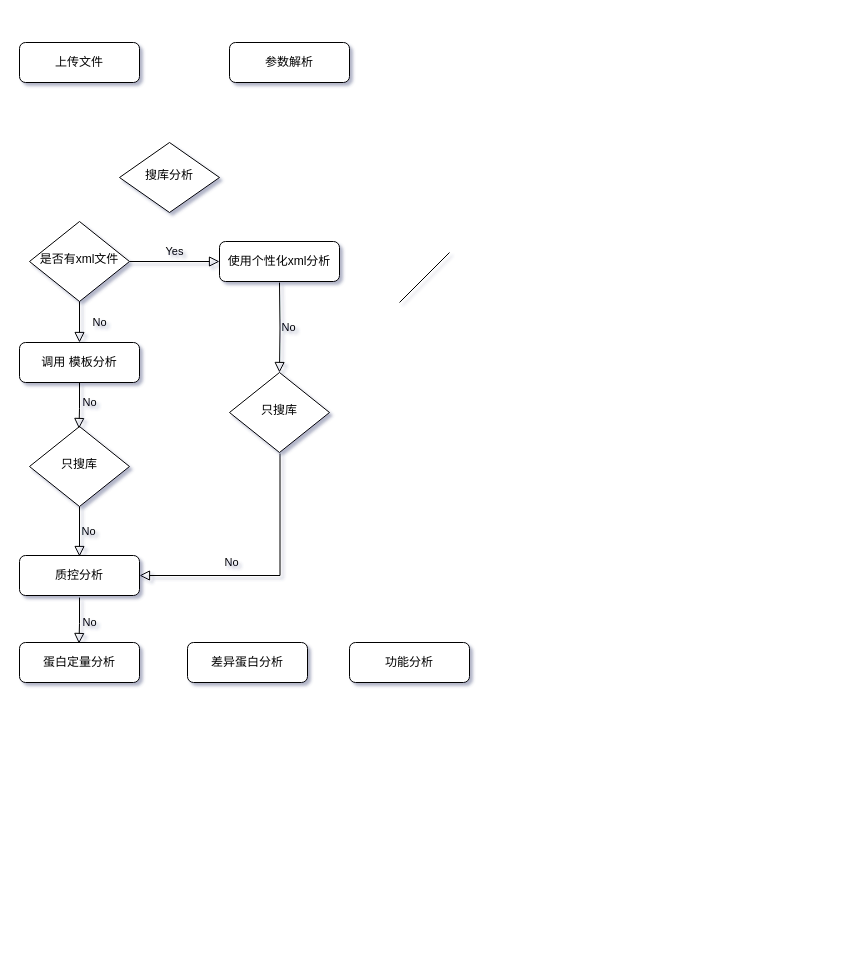
The draw.io diagram 未命名绘图.drawio in hanwenjuan/test, before the edit. Source tidied: cells renumbered, new cells numbered last; positions are measured from the earlier drawing's top-left corner, leaving out a move shared by most shapes. Both pictures are drawn from the tidied source at 100%, with x=0, y=0 at pixel (19, 42).
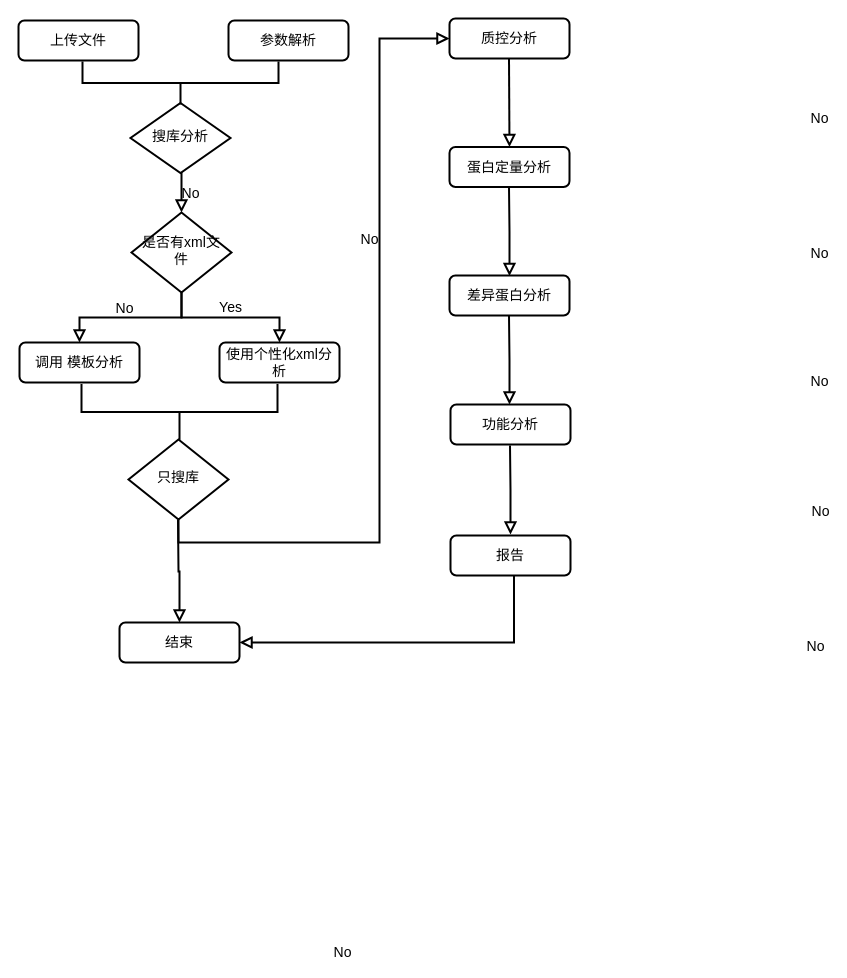
The same diagram, later.

Commit message:
更新未命名绘图.drawio

The edit, as a diff of the source:
```diff
@@
-<mxGraphModel background="#ffffff" shadow="1">
+<mxGraphModel background="#ffffff">
@@
-    <mxCell id="2" value="参数解析" style="rounded=1;whiteSpace=wrap;html=1;fontSize=12;glass=0;strokeWidth=1;shadow=0;" parent="1" vertex="1">
-      <mxGeometry x="210" width="120" height="40" as="geometry" />
+    <mxCell id="2" value="参数解析" style="rounded=1;whiteSpace=wrap;html=1;fontSize=14;glass=0;strokeWidth=2;shadow=0;" parent="1" vertex="1">
+      <mxGeometry x="209" y="-22" width="120" height="40" as="geometry" />
     </mxCell>
-    <mxCell id="3" value="搜库分析" style="rhombus;whiteSpace=wrap;html=1;shadow=0;fontFamily=Helvetica;fontSize=12;align=center;strokeWidth=1;spacing=6;spacingTop=-4;" parent="1" vertex="1">
-      <mxGeometry x="100" y="100" width="100" height="70" as="geometry" />
+    <mxCell id="3" value="搜库分析" style="rhombus;whiteSpace=wrap;html=1;shadow=0;fontFamily=Helvetica;fontSize=14;align=center;strokeWidth=2;spacing=6;spacingTop=-4;" parent="1" vertex="1">
+      <mxGeometry x="111" y="60.5" width="100" height="70" as="geometry" />
     </mxCell>
-    <mxCell id="4" value="No" style="rounded=0;html=1;jettySize=auto;fontSize=11;endArrow=block;endFill=0;endSize=8;strokeWidth=1;shadow=0;labelBackgroundColor=none;edgeStyle=orthogonalEdgeStyle;" parent="1" edge="1" source="6" target="7">
-      <mxGeometry x="0.02" y="20" relative="1" as="geometry" />
+    <mxCell id="4" value="No" style="rounded=0;html=1;jettySize=auto;fontSize=14;endArrow=block;endFill=0;endSize=8;strokeWidth=2;shadow=0;labelBackgroundColor=none;edgeStyle=orthogonalEdgeStyle;" parent="1" edge="1" source="6" target="7">
+      <mxGeometry x="0.09" y="-9" relative="1" as="geometry">
+        <mxPoint x="1" as="offset" />
+      </mxGeometry>
     </mxCell>
-    <mxCell id="5" value="Yes" style="edgeStyle=orthogonalEdgeStyle;rounded=0;html=1;jettySize=auto;fontSize=11;endArrow=block;endFill=0;endSize=8;strokeWidth=1;shadow=0;labelBackgroundColor=none;" parent="1" edge="1" source="6" target="8">
+    <mxCell id="5" value="Yes" style="edgeStyle=orthogonalEdgeStyle;rounded=0;html=1;jettySize=auto;fontSize=14;endArrow=block;endFill=0;endSize=8;strokeWidth=2;shadow=0;labelBackgroundColor=none;" parent="1" edge="1" source="6" target="8">
       <mxGeometry y="10" relative="1" as="geometry" />
     </mxCell>
-    <mxCell id="6" value="是否有xml文件" style="rhombus;whiteSpace=wrap;html=1;shadow=0;fontFamily=Helvetica;fontSize=12;align=center;strokeWidth=1;spacing=6;spacingTop=-4;" parent="1" vertex="1">
-      <mxGeometry x="10" y="179" width="100" height="80" as="geometry" />
+    <mxCell id="6" value="是否有xml文件" style="rhombus;whiteSpace=wrap;html=1;shadow=0;fontFamily=Helvetica;fontSize=14;align=center;strokeWidth=2;spacing=6;spacingTop=-4;" parent="1" vertex="1">
+      <mxGeometry x="112" y="170" width="100" height="80" as="geometry" />
     </mxCell>
-    <mxCell id="7" value="调用 模板分析" style="rounded=1;whiteSpace=wrap;html=1;fontSize=12;glass=0;strokeWidth=1;shadow=0;" parent="1" vertex="1">
+    <mxCell id="7" value="调用 模板分析" style="rounded=1;whiteSpace=wrap;html=1;fontSize=14;glass=0;strokeWidth=2;shadow=0;" parent="1" vertex="1">
       <mxGeometry y="300" width="120" height="40" as="geometry" />
     </mxCell>
-    <mxCell id="8" value="使用个性化xml分析" style="rounded=1;whiteSpace=wrap;html=1;fontSize=12;glass=0;strokeWidth=1;shadow=0;" parent="1" vertex="1">
-      <mxGeometry x="200" y="199" width="120" height="40" as="geometry" />
+    <mxCell id="8" value="使用个性化xml分析" style="rounded=1;whiteSpace=wrap;html=1;fontSize=14;glass=0;strokeWidth=2;shadow=0;" parent="1" vertex="1">
+      <mxGeometry x="200" y="300" width="120" height="40" as="geometry" />
     </mxCell>
-    <mxCell id="9" value="只搜库" style="rhombus;whiteSpace=wrap;html=1;shadow=0;fontFamily=Helvetica;fontSize=12;align=center;strokeWidth=1;spacing=6;spacingTop=-4;" parent="1" vertex="1">
-      <mxGeometry x="10" y="384" width="100" height="80" as="geometry" />
+    <mxCell id="9" value="只搜库" style="rhombus;whiteSpace=wrap;html=1;shadow=0;fontFamily=Helvetica;fontSize=14;align=center;strokeWidth=2;spacing=6;spacingTop=-4;" parent="1" vertex="1">
+      <mxGeometry x="109" y="397" width="100" height="80" as="geometry" />
     </mxCell>
-    <mxCell id="10" value="只搜库" style="rhombus;whiteSpace=wrap;html=1;shadow=0;fontFamily=Helvetica;fontSize=12;align=center;strokeWidth=1;spacing=6;spacingTop=-4;" parent="1" vertex="1">
-      <mxGeometry x="210" y="330" width="100" height="80" as="geometry" />
-    </mxCell>
-    <mxCell id="11" value="No" style="rounded=0;html=1;jettySize=auto;orthogonalLoop=1;fontSize=11;endArrow=block;endFill=0;endSize=8;strokeWidth=1;shadow=0;labelBackgroundColor=none;edgeStyle=orthogonalEdgeStyle;" parent="1" edge="1">
-      <mxGeometry x="-0.13" y="10" relative="1" as="geometry">
-        <mxPoint x="60" y="340" as="sourcePoint" />
-        <mxPoint x="59.5" y="386" as="targetPoint" />
-        <Array as="points">
-          <mxPoint x="60" y="366" />
-          <mxPoint x="60" y="366" />
-        </Array>
-      </mxGeometry>
-    </mxCell>
-    <mxCell id="12" value="质控分析" style="rounded=1;whiteSpace=wrap;html=1;fontSize=12;glass=0;strokeWidth=1;shadow=0;" parent="1" vertex="1">
-      <mxGeometry y="513" width="120" height="40" as="geometry" />
+    <mxCell id="12" value="质控分析" style="rounded=1;whiteSpace=wrap;html=1;fontSize=14;glass=0;strokeWidth=2;shadow=0;" parent="1" vertex="1">
+      <mxGeometry x="430" y="-24" width="120" height="40" as="geometry" />
     </mxCell>
-    <mxCell id="13" value="蛋白定量分析" style="rounded=1;whiteSpace=wrap;html=1;glass=0;strokeWidth=1;shadow=0;flipV=1;" parent="1" vertex="1">
-      <mxGeometry y="600" width="120" height="40" as="geometry" />
+    <mxCell id="13" value="蛋白定量分析" style="rounded=1;whiteSpace=wrap;html=1;glass=0;strokeWidth=2;shadow=0;flipV=1;fontSize=14;" parent="1" vertex="1">
+      <mxGeometry x="430" y="104.5" width="120" height="40" as="geometry" />
     </mxCell>
-    <mxCell id="14" value="差异蛋白分析" style="rounded=1;whiteSpace=wrap;html=1;glass=0;strokeWidth=1;shadow=0;flipV=1;" parent="1" vertex="1">
-      <mxGeometry x="168" y="600" width="120" height="40" as="geometry" />
+    <mxCell id="14" value="差异蛋白分析" style="rounded=1;whiteSpace=wrap;html=1;glass=0;strokeWidth=2;shadow=0;flipV=1;fontSize=14;" parent="1" vertex="1">
+      <mxGeometry x="430" y="233" width="120" height="40" as="geometry" />
     </mxCell>
-    <mxCell id="15" value="功能分析" style="rounded=1;whiteSpace=wrap;html=1;glass=0;strokeWidth=1;shadow=0;flipV=1;" parent="1" vertex="1">
-      <mxGeometry x="330" y="600" width="120" height="40" as="geometry" />
+    <mxCell id="15" value="功能分析" style="rounded=1;whiteSpace=wrap;html=1;glass=0;strokeWidth=2;shadow=0;flipV=1;fontSize=14;" parent="1" vertex="1">
+      <mxGeometry x="431" y="362" width="120" height="40" as="geometry" />
     </mxCell>
-    <mxCell id="16" value="No" style="rounded=0;html=1;jettySize=auto;orthogonalLoop=1;fontSize=11;endArrow=block;endFill=0;endSize=8;strokeWidth=1;shadow=0;labelBackgroundColor=none;edgeStyle=orthogonalEdgeStyle;exitX=0.5;exitY=0.95;exitDx=0;exitDy=0;exitPerimeter=0;" parent="1" edge="1">
-      <mxGeometry y="9" relative="1" as="geometry">
-        <mxPoint x="60" y="464" as="sourcePoint" />
-        <mxPoint x="60" y="514" as="targetPoint" />
+    <mxCell id="16" value="No" style="rounded=0;html=1;jettySize=auto;fontSize=14;endArrow=block;endFill=0;endSize=8;strokeWidth=2;shadow=0;labelBackgroundColor=none;edgeStyle=orthogonalEdgeStyle;exitX=0.5;exitY=1;exitDx=0;exitDy=0;" parent="1" edge="1" source="3">
+      <mxGeometry x="0.03" y="9" relative="1" as="geometry">
+        <mxPoint x="162" y="170" as="targetPoint" />
       </mxGeometry>
     </mxCell>
-    <mxCell id="17" value="No" style="rounded=0;html=1;jettySize=auto;fontSize=11;endArrow=block;endFill=0;endSize=8;strokeWidth=1;shadow=0;labelBackgroundColor=none;edgeStyle=orthogonalEdgeStyle;entryX=1;entryY=0.5;entryDx=0;entryDy=0;" parent="1" edge="1" target="12">
-      <mxGeometry x="0.31" y="-13" relative="1" as="geometry">
-        <mxPoint x="260.5" y="411" as="sourcePoint" />
-        <Array as="points">
-          <mxPoint x="261" y="533" />
-        </Array>
-        <mxPoint x="1" as="offset" />
-      </mxGeometry>
-    </mxCell>
-    <mxCell id="18" value="No" style="rounded=0;html=1;jettySize=auto;fontSize=11;endArrow=block;endFill=0;endSize=8;strokeWidth=1;shadow=0;labelBackgroundColor=none;edgeStyle=orthogonalEdgeStyle;entryX=0.5;entryY=0;entryDx=0;entryDy=0;" parent="1" edge="1" target="10">
-      <mxGeometry y="9" relative="1" as="geometry">
-        <mxPoint x="260" y="240" as="sourcePoint" />
-      </mxGeometry>
-    </mxCell>
-    <mxCell id="19" value="上传文件" style="rounded=1;whiteSpace=wrap;html=1;fontSize=12;glass=0;strokeWidth=1;shadow=0;" parent="1" vertex="1">
-      <mxGeometry width="120" height="40" as="geometry" />
+    <mxCell id="19" value="上传文件" style="rounded=1;whiteSpace=wrap;html=1;fontSize=14;glass=0;strokeWidth=2;shadow=0;" parent="1" vertex="1">
+      <mxGeometry x="-1" y="-22" width="120" height="40" as="geometry" />
     </mxCell>
-    <mxCell id="20" value="No" style="rounded=0;html=1;jettySize=auto;orthogonalLoop=1;fontSize=11;endArrow=block;endFill=0;endSize=8;strokeWidth=1;shadow=0;labelBackgroundColor=none;edgeStyle=orthogonalEdgeStyle;" parent="1" edge="1">
-      <mxGeometry x="0.09" y="10" relative="1" as="geometry">
-        <mxPoint x="60" y="555" as="sourcePoint" />
-        <mxPoint x="59.5" y="601" as="targetPoint" />
-        <Array as="points">
-          <mxPoint x="60" y="581" />
-          <mxPoint x="60" y="581" />
-        </Array>
-      </mxGeometry>
-    </mxCell>
-    <mxCell id="21" style="endArrow=none;html=1;rounded=0;" parent="1" edge="1">
-      <mxGeometry relative="1" as="geometry">
-        <mxPoint x="380" y="260" as="sourcePoint" />
-        <mxPoint x="430" y="210" as="targetPoint" />
-      </mxGeometry>
-    </mxCell>
+    <mxCell id="22" style="strokeWidth=2;html=1;shape=mxgraph.flowchart.annotation_2;align=left;labelPosition=right;flipV=1;flipH=1;rotation=90;fontSize=14;" parent="1" vertex="1">
+      <mxGeometry x="139.5" y="-57.5" width="43" height="196" as="geometry" />
+    </mxCell>
+    <mxCell id="23" style="strokeWidth=2;html=1;shape=mxgraph.flowchart.annotation_2;align=left;labelPosition=right;flipV=1;flipH=1;rotation=90;fontSize=14;" parent="1" vertex="1">
+      <mxGeometry x="132.1" y="271.4" width="55.8" height="196" as="geometry" />
+    </mxCell>
+    <mxCell id="24" value="No" style="rounded=0;html=1;jettySize=auto;fontSize=14;endArrow=block;endFill=0;endSize=8;strokeWidth=2;shadow=0;labelBackgroundColor=none;edgeStyle=orthogonalEdgeStyle;entryX=0;entryY=0.5;entryDx=0;entryDy=0;" parent="1" edge="1" target="12">
+      <mxGeometry x="0.32" y="10" relative="1" as="geometry">
+        <mxPoint x="159" y="477" as="sourcePoint" />
+        <Array as="points">
+          <mxPoint x="159" y="500" />
+          <mxPoint x="360" y="500" />
+          <mxPoint x="360" y="-4" />
+        </Array>
+      </mxGeometry>
+    </mxCell>
+    <mxCell id="25" value="No" style="rounded=0;html=1;jettySize=auto;fontSize=14;endArrow=block;endFill=0;endSize=8;strokeWidth=2;shadow=0;labelBackgroundColor=none;edgeStyle=orthogonalEdgeStyle;exitX=0.5;exitY=1;exitDx=0;exitDy=0;entryX=0.5;entryY=0;entryDx=0;entryDy=0;" parent="1" edge="1" target="13">
+      <mxGeometry x="0.4" y="310" relative="1" as="geometry">
+        <mxPoint x="489.5" y="16" as="sourcePoint" />
+      </mxGeometry>
+    </mxCell>
+    <mxCell id="26" value="No" style="rounded=0;html=1;jettySize=auto;orthogonalLoop=1;fontSize=14;endArrow=block;endFill=0;endSize=8;strokeWidth=2;shadow=0;labelBackgroundColor=none;edgeStyle=orthogonalEdgeStyle;exitX=0.5;exitY=1;exitDx=0;exitDy=0;entryX=0.5;entryY=0;entryDx=0;entryDy=0;" parent="1" edge="1">
+      <mxGeometry x="0.4" y="310" relative="1" as="geometry">
+        <mxPoint x="489.5" y="144.5" as="sourcePoint" />
+        <mxPoint x="490" y="233.5" as="targetPoint" />
+      </mxGeometry>
+    </mxCell>
+    <mxCell id="27" value="No" style="rounded=0;html=1;jettySize=auto;orthogonalLoop=1;fontSize=14;endArrow=block;endFill=0;endSize=8;strokeWidth=2;shadow=0;labelBackgroundColor=none;edgeStyle=orthogonalEdgeStyle;exitX=0.5;exitY=1;exitDx=0;exitDy=0;entryX=0.5;entryY=0;entryDx=0;entryDy=0;" parent="1" edge="1">
+      <mxGeometry x="0.4" y="310" relative="1" as="geometry">
+        <mxPoint x="489.5" y="273" as="sourcePoint" />
+        <mxPoint x="490" y="362" as="targetPoint" />
+      </mxGeometry>
+    </mxCell>
+    <mxCell id="28" value="报告" style="rounded=1;whiteSpace=wrap;html=1;glass=0;strokeWidth=2;shadow=0;flipV=1;fontSize=14;" parent="1" vertex="1">
+      <mxGeometry x="431" y="493" width="120" height="40" as="geometry" />
+    </mxCell>
+    <mxCell id="29" value="No" style="rounded=0;html=1;jettySize=auto;fontSize=14;endArrow=block;endFill=0;endSize=8;strokeWidth=2;shadow=0;labelBackgroundColor=none;edgeStyle=orthogonalEdgeStyle;exitX=0.5;exitY=1;exitDx=0;exitDy=0;entryX=1;entryY=0.5;entryDx=0;entryDy=0;" parent="1" edge="1" target="31">
+      <mxGeometry x="0.4" y="310" relative="1" as="geometry">
+        <mxPoint x="494.5" y="533" as="sourcePoint" />
+        <Array as="points">
+          <mxPoint x="495" y="600" />
+        </Array>
+      </mxGeometry>
+    </mxCell>
+    <mxCell id="30" value="No" style="rounded=0;html=1;jettySize=auto;fontSize=14;endArrow=block;endFill=0;endSize=8;strokeWidth=2;shadow=0;labelBackgroundColor=none;edgeStyle=orthogonalEdgeStyle;exitX=0.5;exitY=1;exitDx=0;exitDy=0;entryX=0.5;entryY=0;entryDx=0;entryDy=0;" parent="1" edge="1" target="31">
+      <mxGeometry x="1" y="652" relative="1" as="geometry">
+        <mxPoint x="158.5" y="477" as="sourcePoint" />
+        <mxPoint x="-16" y="24" as="offset" />
+      </mxGeometry>
+    </mxCell>
+    <mxCell id="31" value="结束" style="rounded=1;whiteSpace=wrap;html=1;glass=0;strokeWidth=2;shadow=0;flipV=1;fontSize=14;" parent="1" vertex="1">
+      <mxGeometry x="100" y="580" width="120" height="40" as="geometry" />
+    </mxCell>
+    <mxCell id="32" value="No" style="rounded=0;html=1;jettySize=auto;orthogonalLoop=1;fontSize=14;endArrow=block;endFill=0;endSize=8;strokeWidth=2;shadow=0;labelBackgroundColor=none;edgeStyle=orthogonalEdgeStyle;exitX=0.5;exitY=1;exitDx=0;exitDy=0;entryX=0.5;entryY=0;entryDx=0;entryDy=0;" parent="1" edge="1">
+      <mxGeometry x="0.4" y="310" relative="1" as="geometry">
+        <mxPoint x="490.5" y="403" as="sourcePoint" />
+        <mxPoint x="491" y="492" as="targetPoint" />
+      </mxGeometry>
+    </mxCell>
```
